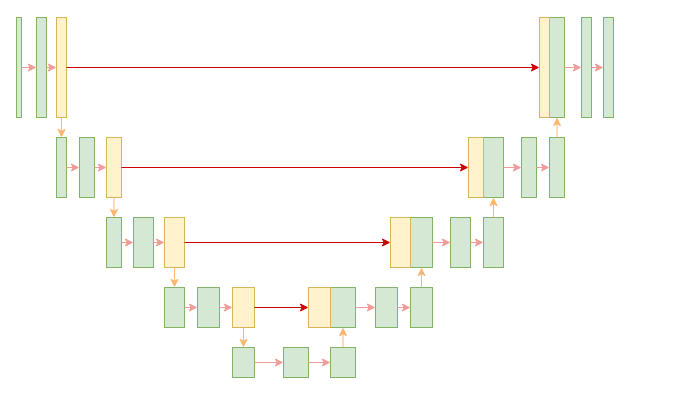
Before: page "第 3 页" (3 of 4) of img/未命名绘图.drawio in Wangtab/Wangtab.github.io, a draw.io diagram. Source tidied: cells renumbered, new cells numbered last; positions are measured from the earlier drawing's top-left corner, leaving out a move shared by most shapes. Both pictures are drawn from the tidied source at 100%, with x=0, y=0 at pixel (16, 17).
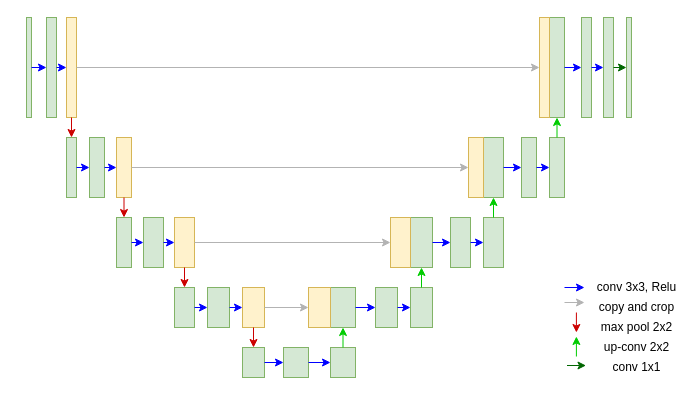
After the change.

The change refers to these unchanged cells:
```xml
<mxCell id="15" style="rounded=0;whiteSpace=wrap;html=1;fillColor=#d5e8d4;strokeColor=#82b366;strokeWidth=1;" parent="1" vertex="1">
  <mxGeometry x="267" y="330" width="25" height="30" as="geometry" />
</mxCell>
<mxCell id="16" style="rounded=0;whiteSpace=wrap;html=1;fillColor=#d5e8d4;strokeColor=#82b366;strokeWidth=1;" parent="1" vertex="1">
  <mxGeometry x="314" y="330" width="25" height="30" as="geometry" />
</mxCell>
<mxCell id="17" style="rounded=0;whiteSpace=wrap;html=1;fillColor=#d5e8d4;strokeColor=#82b366;strokeWidth=1;" parent="1" vertex="1">
  <mxGeometry x="314" y="270" width="25" height="40" as="geometry" />
</mxCell>
<mxCell id="18" style="rounded=0;whiteSpace=wrap;html=1;fillColor=#fff2cc;strokeColor=#d6b656;strokeWidth=1;" parent="1" vertex="1">
  <mxGeometry x="292" y="270" width="22" height="40" as="geometry" />
</mxCell>
<mxCell id="19" style="rounded=0;whiteSpace=wrap;html=1;fillColor=#d5e8d4;strokeColor=#82b366;strokeWidth=1;" parent="1" vertex="1">
  <mxGeometry x="359" y="270" width="22" height="40" as="geometry" />
</mxCell>
<mxCell id="20" style="rounded=0;whiteSpace=wrap;html=1;fillColor=#d5e8d4;strokeColor=#82b366;strokeWidth=1;" parent="1" vertex="1">
  <mxGeometry x="394" y="270" width="22" height="40" as="geometry" />
</mxCell>
<mxCell id="21" style="rounded=0;whiteSpace=wrap;html=1;fillColor=#d5e8d4;strokeColor=#82b366;strokeWidth=1;" parent="1" vertex="1">
  <mxGeometry x="394" y="200" width="22" height="50" as="geometry" />
</mxCell>
<mxCell id="22" style="rounded=0;whiteSpace=wrap;html=1;fillColor=#fff2cc;strokeColor=#d6b656;strokeWidth=1;" parent="1" vertex="1">
  <mxGeometry x="374" y="200" width="20" height="50" as="geometry" />
</mxCell>
<mxCell id="23" style="rounded=0;whiteSpace=wrap;html=1;fillColor=#d5e8d4;strokeColor=#82b366;strokeWidth=1;" parent="1" vertex="1">
  <mxGeometry x="434" y="200" width="20" height="50" as="geometry" />
</mxCell>
<mxCell id="24" style="rounded=0;whiteSpace=wrap;html=1;fillColor=#d5e8d4;strokeColor=#82b366;strokeWidth=1;" parent="1" vertex="1">
  <mxGeometry x="467" y="200" width="20" height="50" as="geometry" />
</mxCell>
<mxCell id="25" style="rounded=0;whiteSpace=wrap;html=1;fillColor=#d5e8d4;strokeColor=#82b366;strokeWidth=1;" parent="1" vertex="1">
  <mxGeometry x="467" y="120" width="20" height="60" as="geometry" />
</mxCell>
<mxCell id="26" style="rounded=0;whiteSpace=wrap;html=1;fillColor=#fff2cc;strokeColor=#d6b656;strokeWidth=1;" parent="1" vertex="1">
  <mxGeometry x="452" y="120" width="15" height="60" as="geometry" />
</mxCell>
<mxCell id="27" style="rounded=0;whiteSpace=wrap;html=1;fillColor=#d5e8d4;strokeColor=#82b366;strokeWidth=1;" parent="1" vertex="1">
  <mxGeometry x="505" y="120" width="15" height="60" as="geometry" />
</mxCell>
<mxCell id="28" style="rounded=0;whiteSpace=wrap;html=1;fillColor=#d5e8d4;strokeColor=#82b366;strokeWidth=1;" parent="1" vertex="1">
  <mxGeometry x="533" y="120" width="15" height="60" as="geometry" />
</mxCell>
<mxCell id="29" style="rounded=0;whiteSpace=wrap;html=1;fillColor=#d5e8d4;strokeColor=#82b366;strokeWidth=1;" parent="1" vertex="1">
  <mxGeometry x="533" width="15" height="100" as="geometry" />
</mxCell>
<mxCell id="30" style="rounded=0;whiteSpace=wrap;html=1;fillColor=#fff2cc;strokeColor=#d6b656;" parent="1" vertex="1">
  <mxGeometry x="523" width="10" height="100" as="geometry" />
</mxCell>
<mxCell id="31" style="rounded=0;whiteSpace=wrap;html=1;fillColor=#d5e8d4;strokeColor=#82b366;" parent="1" vertex="1">
  <mxGeometry x="565" width="10" height="100" as="geometry" />
</mxCell>
<mxCell id="32" style="rounded=0;whiteSpace=wrap;html=1;fillColor=#d5e8d4;strokeColor=#82b366;" parent="1" vertex="1">
  <mxGeometry x="587" width="10" height="100" as="geometry" />
</mxCell>
```

Diff of the diagram source:
```diff
@@
     <mxCell id="2" style="rounded=0;whiteSpace=wrap;html=1;fillColor=#d5e8d4;strokeColor=#82b366;" parent="1" vertex="1">
-      <mxGeometry width="5" height="100" as="geometry" />
+      <mxGeometry x="10" width="5" height="100" as="geometry" />
     </mxCell>
     <mxCell id="3" style="rounded=0;whiteSpace=wrap;html=1;fillColor=#d5e8d4;strokeColor=#82b366;" parent="1" vertex="1">
-      <mxGeometry x="20" width="10" height="100" as="geometry" />
+      <mxGeometry x="30" width="10" height="100" as="geometry" />
     </mxCell>
     <mxCell id="4" style="rounded=0;whiteSpace=wrap;html=1;fillColor=#fff2cc;strokeColor=#d6b656;" parent="1" vertex="1">
-      <mxGeometry x="40" width="10" height="100" as="geometry" />
+      <mxGeometry x="50" width="10" height="100" as="geometry" />
     </mxCell>
     <mxCell id="5" style="rounded=0;whiteSpace=wrap;html=1;fillColor=#d5e8d4;strokeColor=#82b366;" parent="1" vertex="1">
-      <mxGeometry x="40" y="120" width="10" height="60" as="geometry" />
+      <mxGeometry x="50" y="120" width="10" height="60" as="geometry" />
     </mxCell>
     <mxCell id="6" style="rounded=0;whiteSpace=wrap;html=1;fillColor=#d5e8d4;strokeColor=#82b366;" parent="1" vertex="1">
-      <mxGeometry x="63" y="120" width="15" height="60" as="geometry" />
+      <mxGeometry x="73" y="120" width="15" height="60" as="geometry" />
     </mxCell>
     <mxCell id="7" style="rounded=0;whiteSpace=wrap;html=1;fillColor=#fff2cc;strokeColor=#d6b656;strokeWidth=1;" parent="1" vertex="1">
-      <mxGeometry x="90" y="120" width="15" height="60" as="geometry" />
+      <mxGeometry x="100" y="120" width="15" height="60" as="geometry" />
     </mxCell>
     <mxCell id="8" style="rounded=0;whiteSpace=wrap;html=1;fillColor=#d5e8d4;strokeColor=#82b366;strokeWidth=1;" parent="1" vertex="1">
-      <mxGeometry x="90" y="200" width="15" height="50" as="geometry" />
+      <mxGeometry x="100" y="200" width="15" height="50" as="geometry" />
     </mxCell>
     <mxCell id="9" style="rounded=0;whiteSpace=wrap;html=1;fillColor=#d5e8d4;strokeColor=#82b366;strokeWidth=1;" parent="1" vertex="1">
-      <mxGeometry x="117" y="200" width="20" height="50" as="geometry" />
+      <mxGeometry x="127" y="200" width="20" height="50" as="geometry" />
     </mxCell>
     <mxCell id="10" style="rounded=0;whiteSpace=wrap;html=1;fillColor=#fff2cc;strokeColor=#d6b656;strokeWidth=1;" parent="1" vertex="1">
-      <mxGeometry x="148" y="200" width="20" height="50" as="geometry" />
+      <mxGeometry x="158" y="200" width="20" height="50" as="geometry" />
     </mxCell>
     <mxCell id="11" style="rounded=0;whiteSpace=wrap;html=1;fillColor=#d5e8d4;strokeColor=#82b366;strokeWidth=1;" parent="1" vertex="1">
-      <mxGeometry x="148" y="270" width="20" height="40" as="geometry" />
+      <mxGeometry x="158" y="270" width="20" height="40" as="geometry" />
     </mxCell>
     <mxCell id="12" style="rounded=0;whiteSpace=wrap;html=1;fillColor=#d5e8d4;strokeColor=#82b366;strokeWidth=1;" parent="1" vertex="1">
-      <mxGeometry x="181" y="270" width="22" height="40" as="geometry" />
+      <mxGeometry x="191" y="270" width="22" height="40" as="geometry" />
     </mxCell>
     <mxCell id="13" style="rounded=0;whiteSpace=wrap;html=1;fillColor=#fff2cc;strokeColor=#d6b656;strokeWidth=1;" parent="1" vertex="1">
-      <mxGeometry x="216" y="270" width="22" height="40" as="geometry" />
+      <mxGeometry x="226" y="270" width="22" height="40" as="geometry" />
     </mxCell>
     <mxCell id="14" style="rounded=0;whiteSpace=wrap;html=1;fillColor=#d5e8d4;strokeColor=#82b366;strokeWidth=1;" parent="1" vertex="1">
-      <mxGeometry x="216" y="330" width="22" height="30" as="geometry" />
+      <mxGeometry x="226" y="330" width="22" height="30" as="geometry" />
     </mxCell>
@@
-    <mxCell id="33" style="endArrow=classic;html=1;entryX=0;entryY=0.5;entryDx=0;entryDy=0;exitX=1;exitY=0.5;exitDx=0;exitDy=0;strokeColor=#CC0000;" parent="1" edge="1" source="4" target="30">
+    <mxCell id="33" style="endArrow=classic;html=1;entryX=0;entryY=0.5;entryDx=0;entryDy=0;exitX=1;exitY=0.5;exitDx=0;exitDy=0;strokeColor=#B3B3B3;" parent="1" edge="1" source="4" target="30">
       <mxGeometry relative="1" as="geometry" />
     </mxCell>
-    <mxCell id="34" style="endArrow=classic;html=1;entryX=0;entryY=0.5;entryDx=0;entryDy=0;exitX=1;exitY=0.5;exitDx=0;exitDy=0;strokeColor=#CC0000;" parent="1" edge="1" source="7" target="26">
+    <mxCell id="34" style="endArrow=classic;html=1;entryX=0;entryY=0.5;entryDx=0;entryDy=0;exitX=1;exitY=0.5;exitDx=0;exitDy=0;strokeColor=#B3B3B3;" parent="1" edge="1" source="7" target="26">
       <mxGeometry relative="1" as="geometry" />
     </mxCell>
-    <mxCell id="35" style="endArrow=classic;html=1;entryX=0;entryY=0.5;entryDx=0;entryDy=0;exitX=1;exitY=0.5;exitDx=0;exitDy=0;strokeColor=#CC0000;" parent="1" edge="1" source="10" target="22">
+    <mxCell id="35" style="endArrow=classic;html=1;entryX=0;entryY=0.5;entryDx=0;entryDy=0;exitX=1;exitY=0.5;exitDx=0;exitDy=0;strokeColor=#B3B3B3;" parent="1" edge="1" source="10" target="22">
       <mxGeometry relative="1" as="geometry" />
     </mxCell>
-    <mxCell id="36" style="endArrow=classic;html=1;entryX=0;entryY=0.5;entryDx=0;entryDy=0;exitX=1;exitY=0.5;exitDx=0;exitDy=0;fillColor=#f8cecc;strokeColor=#CC0000;" parent="1" edge="1" source="13" target="18">
+    <mxCell id="36" style="endArrow=classic;html=1;entryX=0;entryY=0.5;entryDx=0;entryDy=0;exitX=1;exitY=0.5;exitDx=0;exitDy=0;fillColor=#f8cecc;strokeColor=#B3B3B3;" parent="1" edge="1" source="13" target="18">
       <mxGeometry relative="1" as="geometry" />
     </mxCell>
-    <mxCell id="37" style="endArrow=classic;html=1;entryX=0;entryY=0.5;entryDx=0;entryDy=0;exitX=1;exitY=0.5;exitDx=0;exitDy=0;strokeColor=#F19C99;" parent="1" edge="1" source="3" target="4">
+    <mxCell id="37" style="endArrow=classic;html=1;entryX=0;entryY=0.5;entryDx=0;entryDy=0;exitX=1;exitY=0.5;exitDx=0;exitDy=0;strokeColor=#0000FF;" parent="1" edge="1" source="3" target="4">
       <mxGeometry relative="1" as="geometry" />
     </mxCell>
-    <mxCell id="38" style="endArrow=classic;html=1;exitX=1;exitY=0.5;exitDx=0;exitDy=0;entryX=0;entryY=0.5;entryDx=0;entryDy=0;strokeColor=#F19C99;" parent="1" edge="1" source="2" target="3">
+    <mxCell id="38" style="endArrow=classic;html=1;exitX=1;exitY=0.5;exitDx=0;exitDy=0;entryX=0;entryY=0.5;entryDx=0;entryDy=0;strokeColor=#0000FF;fillColor=#0000FF;" parent="1" edge="1" source="2" target="3">
       <mxGeometry relative="1" as="geometry" />
     </mxCell>
-    <mxCell id="39" style="endArrow=classic;html=1;strokeColor=#F19C99;exitX=1;exitY=0.5;exitDx=0;exitDy=0;entryX=0;entryY=0.5;entryDx=0;entryDy=0;" parent="1" edge="1" source="5" target="6">
+    <mxCell id="39" style="endArrow=classic;html=1;strokeColor=#0000FF;exitX=1;exitY=0.5;exitDx=0;exitDy=0;entryX=0;entryY=0.5;entryDx=0;entryDy=0;" parent="1" edge="1" source="5" target="6">
       <mxGeometry relative="1" as="geometry" />
     </mxCell>
-    <mxCell id="40" style="endArrow=classic;html=1;strokeColor=#F19C99;entryX=0;entryY=0.5;entryDx=0;entryDy=0;exitX=1;exitY=0.5;exitDx=0;exitDy=0;" parent="1" edge="1" source="6" target="7">
+    <mxCell id="40" style="endArrow=classic;html=1;strokeColor=#0000FF;entryX=0;entryY=0.5;entryDx=0;entryDy=0;exitX=1;exitY=0.5;exitDx=0;exitDy=0;" parent="1" edge="1" source="6" target="7">
       <mxGeometry relative="1" as="geometry" />
     </mxCell>
-    <mxCell id="41" style="endArrow=classic;html=1;strokeColor=#F19C99;exitX=1;exitY=0.5;exitDx=0;exitDy=0;entryX=0;entryY=0.5;entryDx=0;entryDy=0;" parent="1" edge="1" source="8" target="9">
+    <mxCell id="41" style="endArrow=classic;html=1;strokeColor=#0000FF;exitX=1;exitY=0.5;exitDx=0;exitDy=0;entryX=0;entryY=0.5;entryDx=0;entryDy=0;" parent="1" edge="1" source="8" target="9">
       <mxGeometry relative="1" as="geometry" />
     </mxCell>
-    <mxCell id="42" style="endArrow=classic;html=1;strokeColor=#F19C99;exitX=1;exitY=0.5;exitDx=0;exitDy=0;entryX=0;entryY=0.5;entryDx=0;entryDy=0;" parent="1" edge="1" source="9" target="10">
+    <mxCell id="42" style="endArrow=classic;html=1;strokeColor=#0000FF;exitX=1;exitY=0.5;exitDx=0;exitDy=0;entryX=0;entryY=0.5;entryDx=0;entryDy=0;" parent="1" edge="1" source="9" target="10">
       <mxGeometry relative="1" as="geometry" />
     </mxCell>
-    <mxCell id="43" style="endArrow=classic;html=1;strokeColor=#F19C99;exitX=1;exitY=0.5;exitDx=0;exitDy=0;entryX=0;entryY=0.5;entryDx=0;entryDy=0;" parent="1" edge="1" source="11" target="12">
+    <mxCell id="43" style="endArrow=classic;html=1;strokeColor=#0000FF;exitX=1;exitY=0.5;exitDx=0;exitDy=0;entryX=0;entryY=0.5;entryDx=0;entryDy=0;" parent="1" edge="1" source="11" target="12">
       <mxGeometry relative="1" as="geometry" />
     </mxCell>
-    <mxCell id="44" style="endArrow=classic;html=1;strokeColor=#F19C99;exitX=1;exitY=0.5;exitDx=0;exitDy=0;entryX=0;entryY=0.5;entryDx=0;entryDy=0;" parent="1" edge="1" source="12" target="13">
+    <mxCell id="44" style="endArrow=classic;html=1;strokeColor=#0000FF;exitX=1;exitY=0.5;exitDx=0;exitDy=0;entryX=0;entryY=0.5;entryDx=0;entryDy=0;" parent="1" edge="1" source="12" target="13">
       <mxGeometry relative="1" as="geometry" />
     </mxCell>
-    <mxCell id="45" style="endArrow=classic;html=1;strokeColor=#F19C99;exitX=1;exitY=0.5;exitDx=0;exitDy=0;entryX=0;entryY=0.5;entryDx=0;entryDy=0;" parent="1" edge="1" source="17" target="19">
+    <mxCell id="45" style="endArrow=classic;html=1;strokeColor=#0000FF;exitX=1;exitY=0.5;exitDx=0;exitDy=0;entryX=0;entryY=0.5;entryDx=0;entryDy=0;" parent="1" edge="1" source="17" target="19">
       <mxGeometry relative="1" as="geometry" />
     </mxCell>
-    <mxCell id="46" style="endArrow=classic;html=1;strokeColor=#F19C99;exitX=1;exitY=0.5;exitDx=0;exitDy=0;entryX=0;entryY=0.5;entryDx=0;entryDy=0;" parent="1" edge="1" source="19" target="20">
+    <mxCell id="46" style="endArrow=classic;html=1;strokeColor=#0000FF;exitX=1;exitY=0.5;exitDx=0;exitDy=0;entryX=0;entryY=0.5;entryDx=0;entryDy=0;" parent="1" edge="1" source="19" target="20">
       <mxGeometry relative="1" as="geometry" />
     </mxCell>
-    <mxCell id="47" style="endArrow=classic;html=1;strokeColor=#F19C99;exitX=1;exitY=0.5;exitDx=0;exitDy=0;entryX=0;entryY=0.5;entryDx=0;entryDy=0;" parent="1" edge="1" source="21" target="23">
+    <mxCell id="47" style="endArrow=classic;html=1;strokeColor=#0000FF;exitX=1;exitY=0.5;exitDx=0;exitDy=0;entryX=0;entryY=0.5;entryDx=0;entryDy=0;" parent="1" edge="1" source="21" target="23">
       <mxGeometry relative="1" as="geometry" />
     </mxCell>
-    <mxCell id="48" style="endArrow=classic;html=1;strokeColor=#F19C99;exitX=1;exitY=0.5;exitDx=0;exitDy=0;entryX=0;entryY=0.5;entryDx=0;entryDy=0;" parent="1" edge="1" source="15" target="16">
+    <mxCell id="48" style="endArrow=classic;html=1;strokeColor=#0000FF;exitX=1;exitY=0.5;exitDx=0;exitDy=0;entryX=0;entryY=0.5;entryDx=0;entryDy=0;" parent="1" edge="1" source="15" target="16">
       <mxGeometry relative="1" as="geometry" />
     </mxCell>
-    <mxCell id="49" style="endArrow=classic;html=1;strokeColor=#F19C99;exitX=1;exitY=0.5;exitDx=0;exitDy=0;entryX=0;entryY=0.5;entryDx=0;entryDy=0;" parent="1" edge="1" source="14" target="15">
+    <mxCell id="49" style="endArrow=classic;html=1;strokeColor=#0000FF;exitX=1;exitY=0.5;exitDx=0;exitDy=0;entryX=0;entryY=0.5;entryDx=0;entryDy=0;" parent="1" edge="1" source="14" target="15">
       <mxGeometry relative="1" as="geometry" />
     </mxCell>
-    <mxCell id="50" style="endArrow=classic;html=1;strokeColor=#F19C99;exitX=1;exitY=0.5;exitDx=0;exitDy=0;entryX=0;entryY=0.5;entryDx=0;entryDy=0;" parent="1" edge="1" source="23" target="24">
+    <mxCell id="50" style="endArrow=classic;html=1;strokeColor=#0000FF;exitX=1;exitY=0.5;exitDx=0;exitDy=0;entryX=0;entryY=0.5;entryDx=0;entryDy=0;" parent="1" edge="1" source="23" target="24">
       <mxGeometry relative="1" as="geometry" />
     </mxCell>
-    <mxCell id="51" style="endArrow=classic;html=1;strokeColor=#F19C99;exitX=1;exitY=0.5;exitDx=0;exitDy=0;entryX=0;entryY=0.5;entryDx=0;entryDy=0;" parent="1" edge="1" source="25" target="27">
+    <mxCell id="51" style="endArrow=classic;html=1;strokeColor=#0000FF;exitX=1;exitY=0.5;exitDx=0;exitDy=0;entryX=0;entryY=0.5;entryDx=0;entryDy=0;shadow=0;" parent="1" edge="1" source="25" target="27">
       <mxGeometry relative="1" as="geometry" />
     </mxCell>
-    <mxCell id="52" style="endArrow=classic;html=1;strokeColor=#F19C99;exitX=1;exitY=0.5;exitDx=0;exitDy=0;entryX=0;entryY=0.5;entryDx=0;entryDy=0;" parent="1" edge="1" source="27" target="28">
+    <mxCell id="52" style="endArrow=classic;html=1;strokeColor=#0000FF;exitX=1;exitY=0.5;exitDx=0;exitDy=0;entryX=0;entryY=0.5;entryDx=0;entryDy=0;" parent="1" edge="1" source="27" target="28">
       <mxGeometry relative="1" as="geometry" />
     </mxCell>
-    <mxCell id="53" style="endArrow=classic;html=1;strokeColor=#F19C99;exitX=1;exitY=0.5;exitDx=0;exitDy=0;entryX=0;entryY=0.5;entryDx=0;entryDy=0;" parent="1" edge="1" source="29" target="31">
+    <mxCell id="53" style="endArrow=classic;html=1;strokeColor=#0000FF;exitX=1;exitY=0.5;exitDx=0;exitDy=0;entryX=0;entryY=0.5;entryDx=0;entryDy=0;" parent="1" edge="1" source="29" target="31">
       <mxGeometry relative="1" as="geometry" />
     </mxCell>
-    <mxCell id="54" style="endArrow=classic;html=1;strokeColor=#F19C99;exitX=1;exitY=0.5;exitDx=0;exitDy=0;entryX=0;entryY=0.5;entryDx=0;entryDy=0;" parent="1" edge="1" source="31" target="32">
+    <mxCell id="54" style="endArrow=classic;html=1;strokeColor=#0000FF;exitX=1;exitY=0.5;exitDx=0;exitDy=0;entryX=0;entryY=0.5;entryDx=0;entryDy=0;" parent="1" edge="1" source="31" target="32">
       <mxGeometry relative="1" as="geometry" />
     </mxCell>
-    <mxCell id="55" style="endArrow=classic;html=1;entryX=0.5;entryY=1;entryDx=0;entryDy=0;exitX=0.5;exitY=0;exitDx=0;exitDy=0;fillColor=#f8cecc;strokeColor=#FFB570;" parent="1" edge="1" source="16" target="17">
+    <mxCell id="55" style="endArrow=classic;html=1;entryX=0.5;entryY=1;entryDx=0;entryDy=0;exitX=0.5;exitY=0;exitDx=0;exitDy=0;fillColor=#f8cecc;strokeColor=#00CC00;" parent="1" edge="1" source="16" target="17">
       <mxGeometry relative="1" as="geometry" />
     </mxCell>
-    <mxCell id="56" style="endArrow=classic;html=1;entryX=0.5;entryY=1;entryDx=0;entryDy=0;exitX=0.5;exitY=0;exitDx=0;exitDy=0;fillColor=#f8cecc;strokeColor=#FFB570;" parent="1" edge="1" source="20" target="21">
+    <mxCell id="56" style="endArrow=classic;html=1;entryX=0.5;entryY=1;entryDx=0;entryDy=0;exitX=0.5;exitY=0;exitDx=0;exitDy=0;fillColor=#f8cecc;strokeColor=#00CC00;" parent="1" edge="1" source="20" target="21">
       <mxGeometry relative="1" as="geometry" />
     </mxCell>
-    <mxCell id="57" style="endArrow=classic;html=1;entryX=0.5;entryY=1;entryDx=0;entryDy=0;exitX=0.5;exitY=0;exitDx=0;exitDy=0;fillColor=#f8cecc;strokeColor=#FFB570;" parent="1" edge="1" source="24" target="25">
+    <mxCell id="57" style="endArrow=classic;html=1;entryX=0.5;entryY=1;entryDx=0;entryDy=0;exitX=0.5;exitY=0;exitDx=0;exitDy=0;fillColor=#f8cecc;strokeColor=#00CC00;" parent="1" edge="1" source="24" target="25">
       <mxGeometry relative="1" as="geometry" />
     </mxCell>
-    <mxCell id="58" style="endArrow=classic;html=1;entryX=0.5;entryY=1;entryDx=0;entryDy=0;exitX=0.5;exitY=0;exitDx=0;exitDy=0;fillColor=#f8cecc;strokeColor=#FFB570;" parent="1" edge="1" source="28" target="29">
+    <mxCell id="58" style="endArrow=classic;html=1;entryX=0.5;entryY=1;entryDx=0;entryDy=0;exitX=0.5;exitY=0;exitDx=0;exitDy=0;fillColor=#f8cecc;strokeColor=#00CC00;" parent="1" edge="1" source="28" target="29">
       <mxGeometry relative="1" as="geometry" />
     </mxCell>
-    <mxCell id="59" style="endArrow=classic;html=1;entryX=0.5;entryY=0;entryDx=0;entryDy=0;exitX=0.5;exitY=1;exitDx=0;exitDy=0;fillColor=#f8cecc;strokeColor=#FFB570;" parent="1" edge="1" source="13" target="14">
+    <mxCell id="59" style="endArrow=classic;html=1;entryX=0.5;entryY=0;entryDx=0;entryDy=0;exitX=0.5;exitY=1;exitDx=0;exitDy=0;fillColor=#f8cecc;strokeColor=#CC0000;" parent="1" edge="1" source="13" target="14">
       <mxGeometry relative="1" as="geometry" />
     </mxCell>
-    <mxCell id="60" style="endArrow=classic;html=1;entryX=0.5;entryY=0;entryDx=0;entryDy=0;exitX=0.5;exitY=1;exitDx=0;exitDy=0;fillColor=#f8cecc;strokeColor=#FFB570;" parent="1" edge="1" source="10" target="11">
+    <mxCell id="60" style="endArrow=classic;html=1;entryX=0.5;entryY=0;entryDx=0;entryDy=0;exitX=0.5;exitY=1;exitDx=0;exitDy=0;fillColor=#f8cecc;strokeColor=#CC0000;" parent="1" edge="1" source="10" target="11">
       <mxGeometry relative="1" as="geometry" />
     </mxCell>
-    <mxCell id="61" style="endArrow=classic;html=1;entryX=0.5;entryY=0;entryDx=0;entryDy=0;exitX=0.5;exitY=1;exitDx=0;exitDy=0;fillColor=#f8cecc;strokeColor=#FFB570;" parent="1" edge="1" source="7" target="8">
+    <mxCell id="61" style="endArrow=classic;html=1;entryX=0.5;entryY=0;entryDx=0;entryDy=0;exitX=0.5;exitY=1;exitDx=0;exitDy=0;fillColor=#f8cecc;strokeColor=#CC0000;" parent="1" edge="1" source="7" target="8">
       <mxGeometry relative="1" as="geometry" />
     </mxCell>
-    <mxCell id="62" style="endArrow=classic;html=1;exitX=0.5;exitY=1;exitDx=0;exitDy=0;fillColor=#f8cecc;strokeColor=#FFB570;entryX=0.5;entryY=0;entryDx=0;entryDy=0;" parent="1" edge="1" source="4" target="5">
+    <mxCell id="62" style="endArrow=classic;html=1;exitX=0.5;exitY=1;exitDx=0;exitDy=0;fillColor=#f8cecc;strokeColor=#CC0000;entryX=0.5;entryY=0;entryDx=0;entryDy=0;" parent="1" edge="1" source="4" target="5">
       <mxGeometry relative="1" as="geometry" />
     </mxCell>
+    <mxCell id="63" style="rounded=0;whiteSpace=wrap;html=1;fillColor=#d5e8d4;strokeColor=#82b366;" parent="1" vertex="1">
+      <mxGeometry x="610" width="5" height="100" as="geometry" />
+    </mxCell>
+    <mxCell id="64" style="endArrow=classic;html=1;shadow=0;strokeColor=#006600;fillColor=#0000FF;entryX=0;entryY=0.5;entryDx=0;entryDy=0;exitX=1;exitY=0.5;exitDx=0;exitDy=0;" parent="1" edge="1" source="32" target="63">
+      <mxGeometry relative="1" as="geometry" />
+    </mxCell>
+    <mxCell id="65" style="endArrow=classic;html=1;strokeColor=#0000FF;shadow=0;" parent="1" edge="1">
+      <mxGeometry relative="1" as="geometry">
+        <mxPoint x="548" y="270" as="sourcePoint" />
+        <mxPoint x="568" y="270" as="targetPoint" />
+      </mxGeometry>
+    </mxCell>
+    <mxCell id="66" style="endArrow=classic;html=1;strokeColor=#B3B3B3;" parent="1" edge="1">
+      <mxGeometry relative="1" as="geometry">
+        <mxPoint x="548" y="285" as="sourcePoint" />
+        <mxPoint x="568" y="285" as="targetPoint" />
+      </mxGeometry>
+    </mxCell>
+    <mxCell id="67" style="endArrow=classic;html=1;fillColor=#f8cecc;strokeColor=#CC0000;" parent="1" edge="1">
+      <mxGeometry relative="1" as="geometry">
+        <mxPoint x="559.9" y="295" as="sourcePoint" />
+        <mxPoint x="559.9" y="315" as="targetPoint" />
+      </mxGeometry>
+    </mxCell>
+    <mxCell id="68" style="endArrow=classic;html=1;fillColor=#f8cecc;strokeColor=#00CC00;" parent="1" edge="1">
+      <mxGeometry relative="1" as="geometry">
+        <mxPoint x="559.9" y="339" as="sourcePoint" />
+        <mxPoint x="559.9" y="319" as="targetPoint" />
+      </mxGeometry>
+    </mxCell>
+    <mxCell id="69" style="endArrow=classic;html=1;shadow=0;strokeColor=#006600;fillColor=#0000FF;" parent="1" edge="1">
+      <mxGeometry relative="1" as="geometry">
+        <mxPoint x="550.5" y="348" as="sourcePoint" />
+        <mxPoint x="569.5" y="348" as="targetPoint" />
+      </mxGeometry>
+    </mxCell>
+    <mxCell id="70" value="conv 3x3, Relu" style="text;html=1;align=center;verticalAlign=middle;" parent="1" vertex="1">
+      <mxGeometry x="575" y="260" width="90" height="20" as="geometry" />
+    </mxCell>
+    <mxCell id="71" value="copy and crop" style="text;html=1;align=center;verticalAlign=middle;" parent="1" vertex="1">
+      <mxGeometry x="575" y="280" width="90" height="20" as="geometry" />
+    </mxCell>
+    <mxCell id="72" value="max pool 2x2" style="text;html=1;align=center;verticalAlign=middle;" parent="1" vertex="1">
+      <mxGeometry x="575" y="300" width="90" height="20" as="geometry" />
+    </mxCell>
+    <mxCell id="73" value="up-conv 2x2" style="text;html=1;align=center;verticalAlign=middle;" parent="1" vertex="1">
+      <mxGeometry x="580" y="320" width="80" height="20" as="geometry" />
+    </mxCell>
+    <mxCell id="74" value="conv 1x1" style="text;html=1;align=center;verticalAlign=middle;" parent="1" vertex="1">
+      <mxGeometry x="590" y="340" width="60" height="20" as="geometry" />
+    </mxCell>
```
